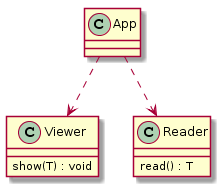
boost-ext/di keeps this PlantUML diagram as doc/cpp-london-2017/images/app1.png. Above is the earlier version. Source of this version:
```plantuml
@startuml
"Viewer" : show(T) : void
"Reader" : read() : T

"App" ..> "Reader"
"App" ..> "Viewer"
@enduml
```
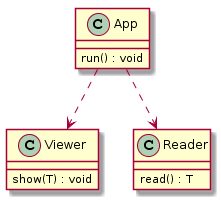
Later version of the same file.

The edit, as a diff of the source:
```diff
@@ -4,4 +4,6 @@
 
 "App" ..> "Reader"
 "App" ..> "Viewer"
+
+"App" : run() : void
 @enduml
```
